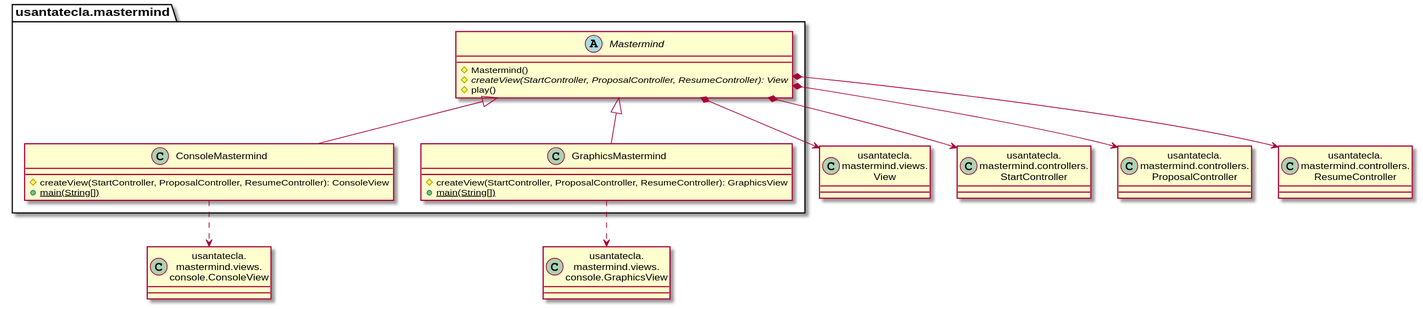
This is modelViewPresenter/presentationModel/basic/docs/diagrams/out/paquetes/usantatecla.mastermind.svg from SantaTecla-mastermind/solution.java.swing.socket.sql, a PlantUML export, as it was before one commit.
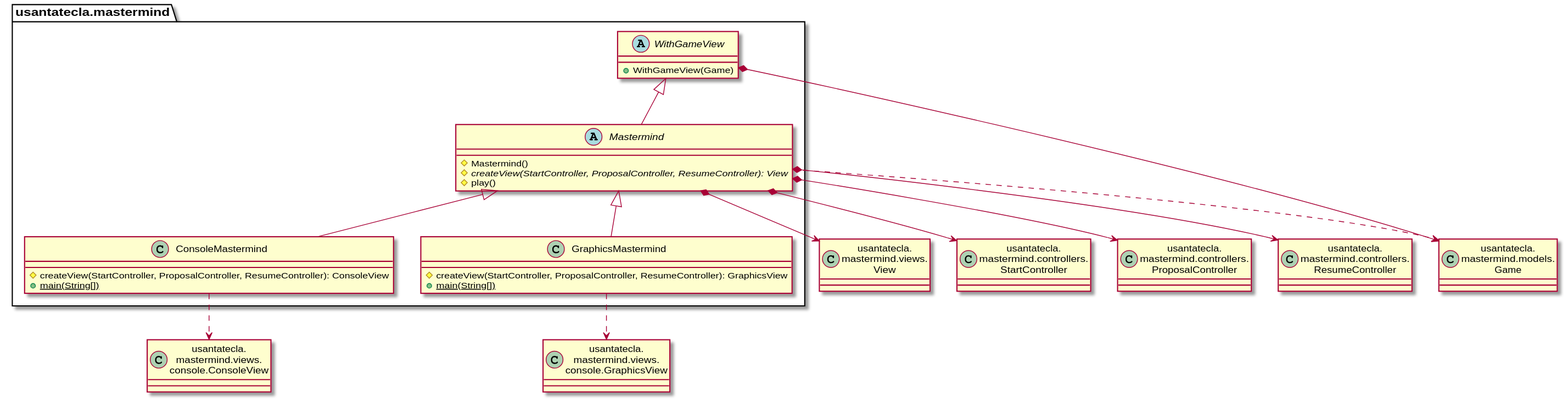
Later version of the same file.

The edit, as a diff of the source:
```diff
@@ -1,16 +1,24 @@
 @startuml
 class View as "usantatecla.\nmastermind.views.\nView"
+class Game as "usantatecla.\nmastermind.models.\nGame"
 class ConsoleView as "usantatecla.\nmastermind.views.\nconsole.ConsoleView"
 class GraphicsView as "usantatecla.\nmastermind.views.\nconsole.GraphicsView"
 class StartController as "usantatecla.\nmastermind.controllers.\nStartController"
 class ProposalController as "usantatecla.\nmastermind.controllers.\nProposalController"
 class ResumeController as "usantatecla.\nmastermind.controllers.\nResumeController"
 
+abstract class usantatecla.mastermind.WithGameView{
+    + WithGameView(Game)
+}
+usantatecla.mastermind.WithGameView *-down-> Game
+
 abstract class  usantatecla.mastermind.Mastermind{
     # Mastermind()
     # {abstract} createView(StartController, ProposalController, ResumeController): View
     # play()
 }
+usantatecla.mastermind.Mastermind -up-|> usantatecla.mastermind.WithGameView
+usantatecla.mastermind.Mastermind .down.> Game
 usantatecla.mastermind.Mastermind *-down-> View
 usantatecla.mastermind.Mastermind *-down-> StartController
 usantatecla.mastermind.Mastermind *-down-> ProposalController
@@ -24,8 +32,8 @@
 usantatecla.mastermind.ConsoleMastermind ..> ConsoleView
 
 class  usantatecla.mastermind.GraphicsMastermind{
-# createView(StartController, ProposalController, ResumeController): GraphicsView
-+ {static} main(String[])
+    # createView(StartController, ProposalController, ResumeController): GraphicsView
+    + {static} main(String[])
 }
 usantatecla.mastermind.GraphicsMastermind -up-|> usantatecla.mastermind.Mastermind
 usantatecla.mastermind.GraphicsMastermind ..> GraphicsView
```
